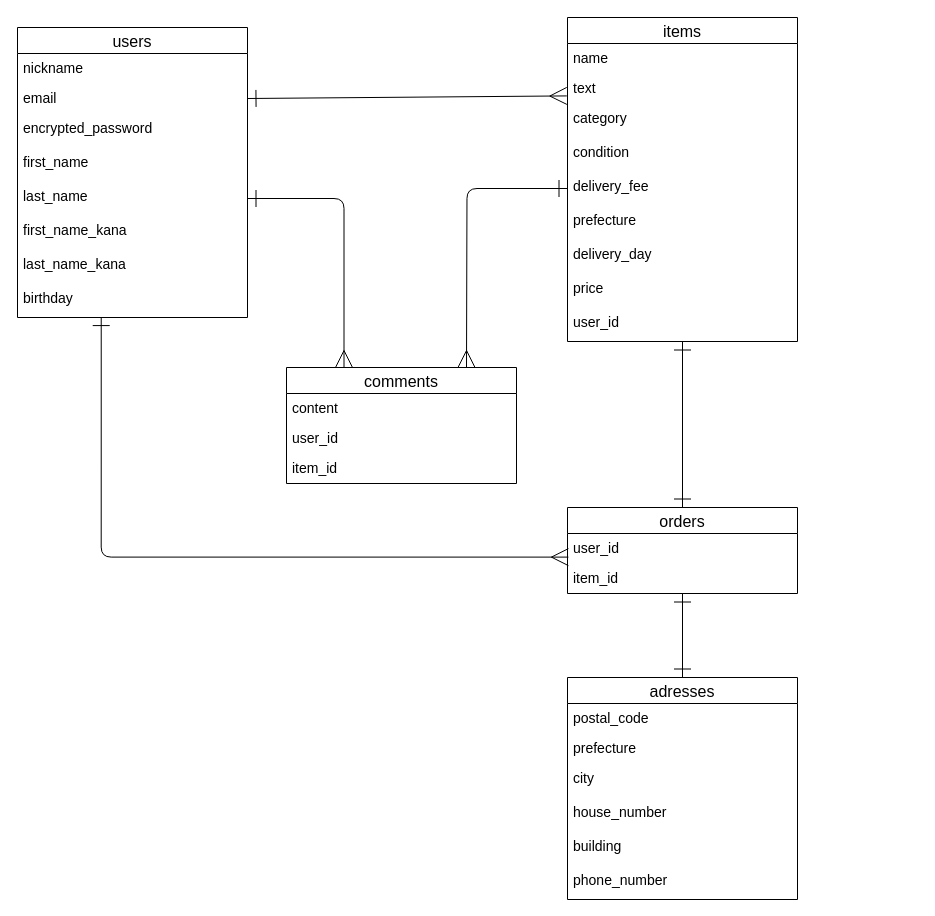
Before: furima-38260_er.dio in ryotaro3983/furima-38260, a draw.io diagram. Source tidied: cells renumbered, new cells numbered last; positions are measured from the earlier drawing's top-left corner, leaving out a move shared by most shapes. Both pictures are drawn from the tidied source at 100%, with x=0, y=0 at pixel (17, 17).
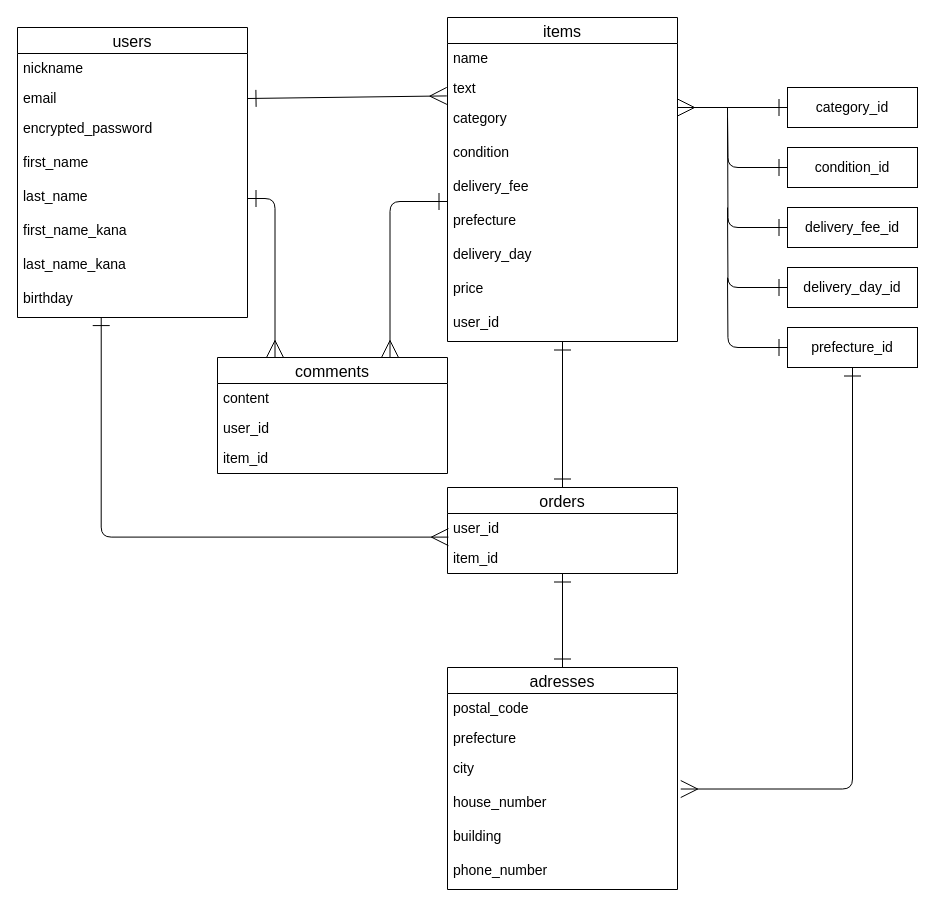
After the change.

Commit message (it also covers changes not shown here):
ER図,README修正

Unchanged cells that the change refers to:
```xml
<mxCell id="15" value="category" style="text;strokeColor=none;fillColor=none;spacingLeft=4;spacingRight=4;overflow=hidden;points=[[0,0.5],[1,0.5]];portConstraint=eastwest;fontSize=14;" parent="12" vertex="1">
  <mxGeometry y="86" width="230" height="34" as="geometry" />
</mxCell>
<mxCell id="17" value="delivery_fee" style="text;strokeColor=none;fillColor=none;spacingLeft=4;spacingRight=4;overflow=hidden;points=[[0,0.5],[1,0.5]];portConstraint=eastwest;fontSize=14;" parent="12" vertex="1">
  <mxGeometry y="154" width="230" height="34" as="geometry" />
</mxCell>
<mxCell id="30" value="city" style="text;strokeColor=none;fillColor=none;spacingLeft=4;spacingRight=4;overflow=hidden;points=[[0,0.5],[1,0.5]];portConstraint=eastwest;fontSize=14;" parent="27" vertex="1">
  <mxGeometry y="86" width="230" height="34" as="geometry" />
</mxCell>
```

The edit, as a diff of the source:
```diff
@@
     <mxCell id="12" value="items" style="swimlane;fontStyle=0;horizontal=1;startSize=26;align=center;fontSize=16;direction=east;" parent="1" vertex="1">
-      <mxGeometry x="550" width="230" height="324" as="geometry" />
+      <mxGeometry x="430" width="230" height="324" as="geometry" />
     </mxCell>
@@
     <mxCell id="24" value="orders" style="swimlane;fontStyle=0;horizontal=1;startSize=26;align=center;fontSize=16;direction=east;" parent="1" vertex="1">
-      <mxGeometry x="550" y="490" width="230" height="86" as="geometry" />
+      <mxGeometry x="430" y="470" width="230" height="86" as="geometry" />
     </mxCell>
@@
     <mxCell id="27" value="adresses" style="swimlane;fontStyle=0;horizontal=1;startSize=26;align=center;fontSize=16;direction=east;" parent="1" vertex="1">
-      <mxGeometry x="550" y="660" width="230" height="222" as="geometry" />
+      <mxGeometry x="430" y="650" width="230" height="222" as="geometry" />
     </mxCell>
@@
     <mxCell id="36" value="comments" style="swimlane;fontStyle=0;horizontal=1;startSize=26;align=center;fontSize=16;direction=east;" parent="1" vertex="1">
-      <mxGeometry x="269" y="350" width="230" height="116" as="geometry" />
+      <mxGeometry x="200" y="340" width="230" height="116" as="geometry" />
     </mxCell>
@@
-    <mxCell id="41" style="edgeStyle=orthogonalEdgeStyle;jumpSize=8;html=1;fontSize=14;startArrow=ERone;startFill=0;endArrow=ERmany;endFill=0;startSize=15;endSize=15;targetPerimeterSpacing=0;strokeColor=default;strokeWidth=1;" parent="1" edge="1" source="17">
+    <mxCell id="41" style="edgeStyle=orthogonalEdgeStyle;jumpSize=8;html=1;fontSize=14;startArrow=ERone;startFill=0;endArrow=ERmany;endFill=0;startSize=15;endSize=15;targetPerimeterSpacing=0;strokeColor=default;strokeWidth=1;entryX=0.75;entryY=0;entryDx=0;entryDy=0;" parent="1" edge="1" target="36">
       <mxGeometry relative="1" as="geometry">
-        <mxPoint x="449" y="350" as="targetPoint" />
+        <mxPoint x="430" y="184" as="sourcePoint" />
+        <Array as="points">
+          <mxPoint x="373" y="184" />
+        </Array>
       </mxGeometry>
     </mxCell>
+    <mxCell id="42" style="edgeStyle=orthogonalEdgeStyle;jumpSize=8;html=1;entryX=1;entryY=0.118;entryDx=0;entryDy=0;entryPerimeter=0;fontSize=14;startArrow=ERone;startFill=0;endArrow=ERmany;endFill=0;startSize=15;endSize=15;targetPerimeterSpacing=0;strokeColor=default;strokeWidth=1;" parent="1" edge="1" source="43" target="15">
+      <mxGeometry relative="1" as="geometry" />
+    </mxCell>
+    <mxCell id="43" value="category_id" style="whiteSpace=wrap;html=1;align=center;fontSize=14;" parent="1" vertex="1">
+      <mxGeometry x="770" y="70" width="130" height="40" as="geometry" />
+    </mxCell>
+    <mxCell id="44" style="edgeStyle=orthogonalEdgeStyle;jumpSize=8;html=1;fontSize=14;startArrow=ERone;startFill=0;endArrow=none;endFill=0;startSize=15;endSize=15;targetPerimeterSpacing=0;strokeColor=default;strokeWidth=1;" parent="1" edge="1" source="45">
+      <mxGeometry relative="1" as="geometry">
+        <mxPoint x="710" y="100" as="targetPoint" />
+      </mxGeometry>
+    </mxCell>
+    <mxCell id="45" value="condition_id" style="whiteSpace=wrap;html=1;align=center;fontSize=14;" parent="1" vertex="1">
+      <mxGeometry x="770" y="130" width="130" height="40" as="geometry" />
+    </mxCell>
+    <mxCell id="46" style="edgeStyle=orthogonalEdgeStyle;jumpSize=8;html=1;fontSize=14;startArrow=ERone;startFill=0;endArrow=none;endFill=0;startSize=15;endSize=15;targetPerimeterSpacing=0;strokeColor=default;strokeWidth=1;" parent="1" edge="1" source="47">
+      <mxGeometry relative="1" as="geometry">
+        <mxPoint x="710" y="90" as="targetPoint" />
+      </mxGeometry>
+    </mxCell>
+    <mxCell id="47" value="delivery_fee_id" style="whiteSpace=wrap;html=1;align=center;fontSize=14;" parent="1" vertex="1">
+      <mxGeometry x="770" y="190" width="130" height="40" as="geometry" />
+    </mxCell>
+    <mxCell id="48" style="edgeStyle=orthogonalEdgeStyle;jumpSize=8;html=1;fontSize=14;startArrow=ERone;startFill=0;endArrow=none;endFill=0;startSize=15;endSize=15;targetPerimeterSpacing=0;strokeColor=default;strokeWidth=1;" parent="1" edge="1" source="50">
+      <mxGeometry relative="1" as="geometry">
+        <mxPoint x="710" y="260" as="targetPoint" />
+      </mxGeometry>
+    </mxCell>
+    <mxCell id="49" style="edgeStyle=orthogonalEdgeStyle;jumpSize=8;html=1;fontSize=14;startArrow=ERone;startFill=0;endArrow=ERmany;endFill=0;startSize=15;endSize=15;targetPerimeterSpacing=0;strokeColor=default;strokeWidth=1;entryX=1.014;entryY=1.045;entryDx=0;entryDy=0;entryPerimeter=0;" parent="1" edge="1" source="50" target="30">
+      <mxGeometry relative="1" as="geometry" />
+    </mxCell>
+    <mxCell id="50" value="prefecture_id" style="whiteSpace=wrap;html=1;align=center;fontSize=14;" parent="1" vertex="1">
+      <mxGeometry x="770" y="310" width="130" height="40" as="geometry" />
+    </mxCell>
+    <mxCell id="51" style="edgeStyle=orthogonalEdgeStyle;jumpSize=8;html=1;fontSize=14;startArrow=ERone;startFill=0;endArrow=none;endFill=0;startSize=15;endSize=15;targetPerimeterSpacing=0;strokeColor=default;strokeWidth=1;" parent="1" edge="1" source="52">
+      <mxGeometry relative="1" as="geometry">
+        <mxPoint x="710" y="190" as="targetPoint" />
+      </mxGeometry>
+    </mxCell>
+    <mxCell id="52" value="delivery_day_id" style="whiteSpace=wrap;html=1;align=center;fontSize=14;" parent="1" vertex="1">
+      <mxGeometry x="770" y="250" width="130" height="40" as="geometry" />
+    </mxCell>
```
